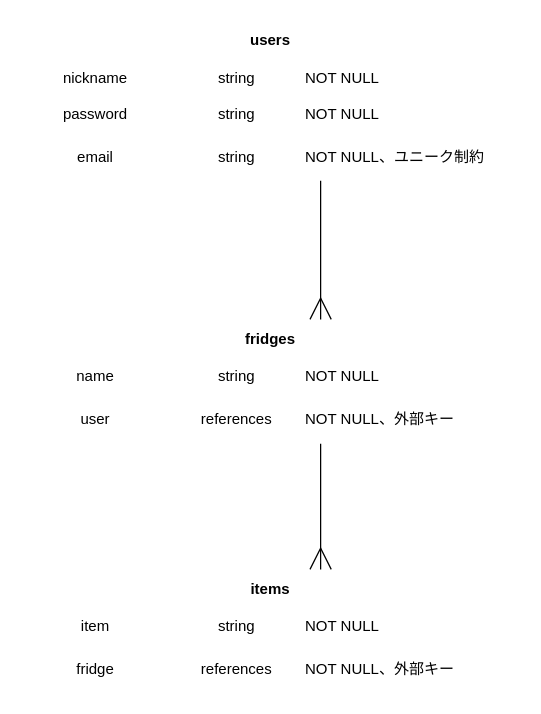
Earlier version of the draw.io diagram ER .dio (evShun/dishmaker). Source tidied: cells renumbered, new cells numbered last; positions are measured from the earlier drawing's top-left corner, leaving out a move shared by most shapes. Both pictures are drawn from the tidied source at 125%, with x=0, y=0 at pixel (20, 20).
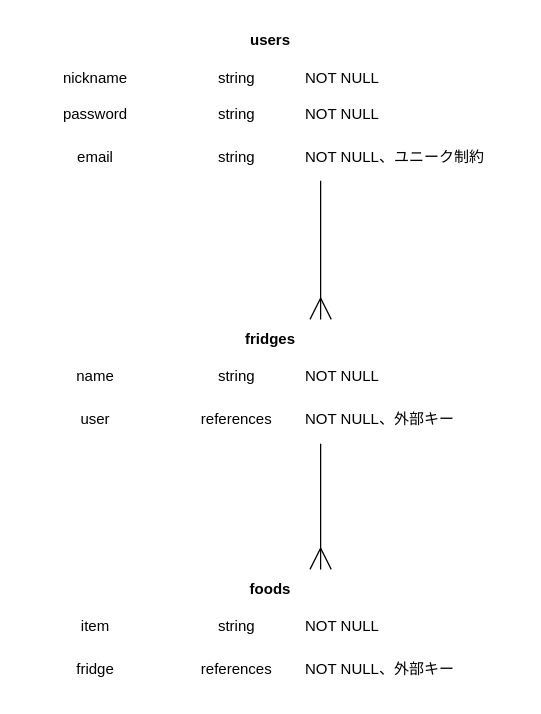
The same page after the edit.

Diff of the diagram source:
```diff
@@
-    <mxCell id="25" value="items" style="shape=table;startSize=30;childLayout=tableLayout;rowLines=0;fontStyle=1;align=center;strokeColor=#FFFFFF;fontSize=12;fillColor=none;" parent="1" vertex="1">
+    <mxCell id="25" value="foods" style="shape=table;startSize=30;childLayout=tableLayout;rowLines=0;fontStyle=1;align=center;strokeColor=#FFFFFF;fontSize=12;fillColor=none;" parent="1" vertex="1">
       <mxGeometry y="439" width="400" height="99" as="geometry" />
     </mxCell>
```
